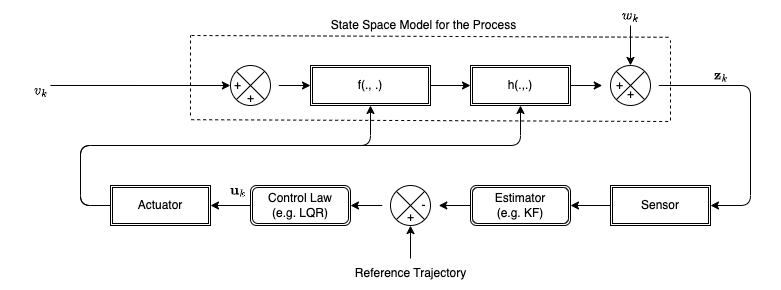
Above: static/images/dssm_signal_flow.png in haranarasaratnam/flask_website (draw.io), before the change. Source tidied: cells renumbered, new cells last; positions are measured from the earlier drawing's top-left corner, leaving out a move shared by most shapes.
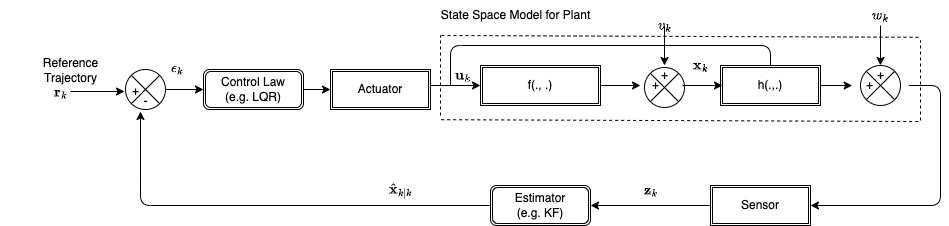
Later version of the same file.

Change to the diagram source:
```diff
@@ -1,153 +1,172 @@
-<mxGraphModel background="#ffffff" math="1">
+<mxGraphModel math="1">
   <root>
     <mxCell id="0" />
     <mxCell id="1" parent="0" />
-    <mxCell id="2" style="edgeStyle=none;html=1;" parent="1" edge="1" source="3" target="5">
-      <mxGeometry relative="1" as="geometry" />
-    </mxCell>
+    <mxCell id="22" value="$$v_{k}$$&lt;br&gt;" style="text;html=1;align=center;verticalAlign=middle;points=[];strokeColor=none;fillColor=none;" parent="1" vertex="1">
+      <mxGeometry x="664" y="10" width="80" height="30" as="geometry" />
+    </mxCell>
     <mxCell id="3" style="verticalLabelPosition=bottom;verticalAlign=top;html=1;shape=mxgraph.flowchart.summing_function;rotation=-45;" parent="1" vertex="1">
-      <mxGeometry x="230" y="65" width="40" height="40" as="geometry" />
+      <mxGeometry x="684" y="67" width="40" height="40" as="geometry" />
     </mxCell>
-    <mxCell id="4" style="edgeStyle=none;html=1;" parent="1" edge="1" source="5" target="13">
-      <mxGeometry relative="1" as="geometry" />
-    </mxCell>
+    <mxCell id="40" style="edgeStyle=none;html=1;" parent="1" edge="1" source="5" target="30">
+      <mxGeometry relative="1" as="geometry" />
+    </mxCell>
     <mxCell id="5" value="f(., .)" style="shape=ext;double=1;rounded=0;whiteSpace=wrap;html=1;" parent="1" vertex="1">
-      <mxGeometry x="310" y="65" width="120" height="40" as="geometry" />
+      <mxGeometry x="520" y="65" width="120" height="40" as="geometry" />
     </mxCell>
-    <mxCell id="6" style="edgeStyle=none;html=1;" parent="1" edge="1" source="7" target="11">
-      <mxGeometry relative="1" as="geometry" />
-    </mxCell>
     <mxCell id="7" value="Sensor" style="shape=ext;double=1;rounded=0;whiteSpace=wrap;html=1;" parent="1" vertex="1">
-      <mxGeometry x="610" y="185" width="100" height="40" as="geometry" />
+      <mxGeometry x="750" y="185" width="100" height="40" as="geometry" />
     </mxCell>
     <mxCell id="8" style="edgeStyle=none;html=1;entryX=1;entryY=0.5;entryDx=0;entryDy=0;" parent="1" edge="1" source="9" target="7">
       <mxGeometry relative="1" as="geometry">
         <Array as="points">
-          <mxPoint x="750" y="85" />
-          <mxPoint x="750" y="205" />
+          <mxPoint x="980" y="85" />
+          <mxPoint x="980" y="205" />
         </Array>
       </mxGeometry>
     </mxCell>
     <mxCell id="9" style="verticalLabelPosition=bottom;verticalAlign=top;html=1;shape=mxgraph.flowchart.summing_function;rotation=-45;" parent="1" vertex="1">
-      <mxGeometry x="610" y="65" width="40" height="40" as="geometry" />
+      <mxGeometry x="900" y="65" width="40" height="40" as="geometry" />
     </mxCell>
-    <mxCell id="10" style="edgeStyle=none;html=1;" parent="1" edge="1" source="11" target="18">
-      <mxGeometry relative="1" as="geometry" />
-    </mxCell>
+    <mxCell id="41" style="edgeStyle=none;html=1;entryX=0.333;entryY=0.833;entryDx=0;entryDy=0;entryPerimeter=0;" parent="1" edge="1" source="11" target="34">
+      <mxGeometry relative="1" as="geometry">
+        <Array as="points">
+          <mxPoint x="180" y="205" />
+        </Array>
+      </mxGeometry>
+    </mxCell>
     <mxCell id="11" value="Estimator&lt;br&gt;(e.g. KF)" style="shape=ext;double=1;rounded=1;whiteSpace=wrap;html=1;" parent="1" vertex="1">
-      <mxGeometry x="470" y="185" width="100" height="40" as="geometry" />
+      <mxGeometry x="530" y="185" width="100" height="40" as="geometry" />
     </mxCell>
+    <mxCell id="6" style="edgeStyle=none;html=1;" parent="1" edge="1" source="7" target="11">
+      <mxGeometry relative="1" as="geometry" />
+    </mxCell>
     <mxCell id="12" style="edgeStyle=none;html=1;" parent="1" edge="1" source="13" target="9">
       <mxGeometry relative="1" as="geometry" />
     </mxCell>
+    <mxCell id="42" style="edgeStyle=none;html=1;endArrow=baseDash;endFill=0;" parent="1" edge="1" source="13">
+      <mxGeometry relative="1" as="geometry">
+        <mxPoint x="490" y="85" as="targetPoint" />
+        <Array as="points">
+          <mxPoint x="810" y="45" />
+          <mxPoint x="490" y="45" />
+        </Array>
+      </mxGeometry>
+    </mxCell>
     <mxCell id="13" value="h(.,.)" style="shape=ext;double=1;rounded=0;whiteSpace=wrap;html=1;" parent="1" vertex="1">
-      <mxGeometry x="470" y="65" width="100" height="40" as="geometry" />
+      <mxGeometry x="760" y="65" width="100" height="40" as="geometry" />
     </mxCell>
-    <mxCell id="14" style="edgeStyle=none;html=1;entryX=0.5;entryY=1;entryDx=0;entryDy=0;exitX=0;exitY=0.5;exitDx=0;exitDy=0;" parent="1" edge="1" source="16" target="5">
-      <mxGeometry relative="1" as="geometry">
-        <Array as="points">
-          <mxPoint x="80" y="205" />
-          <mxPoint x="80" y="145" />
-          <mxPoint x="370" y="145" />
-        </Array>
-      </mxGeometry>
-    </mxCell>
-    <mxCell id="15" style="edgeStyle=none;html=1;entryX=0.5;entryY=1;entryDx=0;entryDy=0;" parent="1" edge="1" target="13">
-      <mxGeometry relative="1" as="geometry">
-        <mxPoint x="110" y="205" as="sourcePoint" />
-        <Array as="points">
-          <mxPoint x="80" y="205" />
-          <mxPoint x="80" y="175" />
-          <mxPoint x="80" y="145" />
-          <mxPoint x="520" y="145" />
-        </Array>
-      </mxGeometry>
-    </mxCell>
     <mxCell id="16" value="Actuator" style="shape=ext;double=1;rounded=0;whiteSpace=wrap;html=1;" parent="1" vertex="1">
-      <mxGeometry x="110" y="185" width="100" height="40" as="geometry" />
+      <mxGeometry x="370" y="69" width="100" height="40" as="geometry" />
     </mxCell>
-    <mxCell id="17" style="edgeStyle=none;html=1;" parent="1" edge="1" source="18" target="20">
-      <mxGeometry relative="1" as="geometry" />
-    </mxCell>
     <mxCell id="18" style="verticalLabelPosition=bottom;verticalAlign=top;html=1;shape=mxgraph.flowchart.summing_function;rotation=-45;" parent="1" vertex="1">
-      <mxGeometry x="390" y="185" width="40" height="40" as="geometry" />
+      <mxGeometry x="165" y="69" width="40" height="40" as="geometry" />
     </mxCell>
-    <mxCell id="19" style="edgeStyle=none;html=1;" parent="1" edge="1" source="20" target="16">
-      <mxGeometry relative="1" as="geometry" />
-    </mxCell>
     <mxCell id="20" value="Control Law&lt;br&gt;(e.g. LQR)" style="shape=ext;double=1;rounded=1;whiteSpace=wrap;html=1;" parent="1" vertex="1">
-      <mxGeometry x="250" y="185" width="100" height="40" as="geometry" />
+      <mxGeometry x="243" y="69" width="100" height="40" as="geometry" />
     </mxCell>
-    <mxCell id="21" style="endArrow=classic;html=1;entryX=0.145;entryY=0.145;entryDx=0;entryDy=0;entryPerimeter=0;exitX=0.625;exitY=0.333;exitDx=0;exitDy=0;exitPerimeter=0;" parent="1" edge="1" source="22" target="3">
-      <mxGeometry relative="1" as="geometry" />
-    </mxCell>
-    <mxCell id="22" value="$$v_{k}$$&lt;br&gt;" style="text;html=1;align=center;verticalAlign=middle;points=[];strokeColor=none;fillColor=none;" parent="1" vertex="1">
-      <mxGeometry y="75" width="80" height="30" as="geometry" />
-    </mxCell>
     <mxCell id="23" style="endArrow=classic;html=1;entryX=0.855;entryY=0.145;entryDx=0;entryDy=0;entryPerimeter=0;" parent="1" edge="1" target="9">
       <mxGeometry relative="1" as="geometry">
-        <mxPoint x="630" y="25" as="sourcePoint" />
+        <mxPoint x="920" y="25" as="sourcePoint" />
       </mxGeometry>
     </mxCell>
     <mxCell id="24" value="$$w_{k}$$" style="text;html=1;align=center;verticalAlign=middle;strokeColor=none;fillColor=none;" parent="1" vertex="1">
-      <mxGeometry x="590" width="80" height="30" as="geometry" />
+      <mxGeometry x="880" width="80" height="30" as="geometry" />
     </mxCell>
     <mxCell id="25" value="$$\mathbf{z}_{k}$$" style="text;html=1;align=center;verticalAlign=middle;strokeColor=none;fillColor=none;" parent="1" vertex="1">
-      <mxGeometry x="660" y="60" width="120" height="30" as="geometry" />
+      <mxGeometry x="630" y="175" width="120" height="30" as="geometry" />
     </mxCell>
-    <mxCell id="26" style="endArrow=classic;html=1;entryX=0.145;entryY=0.855;entryDx=0;entryDy=0;entryPerimeter=0;" parent="1" edge="1" source="27" target="18">
-      <mxGeometry relative="1" as="geometry" />
-    </mxCell>
-    <mxCell id="27" value="Reference Trajectory" style="text;html=1;align=center;verticalAlign=middle;points=[];strokeColor=none;fillColor=none;" parent="1" vertex="1">
-      <mxGeometry x="345" y="258" width="130" height="30" as="geometry" />
+    <mxCell id="27" value="Reference &lt;br&gt;Trajectory" style="text;html=1;align=center;verticalAlign=middle;points=[];strokeColor=none;fillColor=none;" parent="1" vertex="1">
+      <mxGeometry x="70" y="50" width="80" height="40" as="geometry" />
     </mxCell>
     <mxCell id="28" value="$$\mathbf{u}_{k}$$" style="text;html=1;align=center;verticalAlign=middle;strokeColor=none;fillColor=none;" parent="1" vertex="1">
-      <mxGeometry x="172" y="175" width="130" height="30" as="geometry" />
+      <mxGeometry x="437" y="60" width="130" height="30" as="geometry" />
     </mxCell>
     <mxCell id="29" value="+" style="text;html=1;align=center;verticalAlign=middle;strokeColor=none;fillColor=none;" parent="1" vertex="1">
-      <mxGeometry x="222" y="70" width="30" height="30" as="geometry" />
+      <mxGeometry x="689" y="60" width="30" height="30" as="geometry" />
     </mxCell>
     <mxCell id="30" value="+" style="text;html=1;align=center;verticalAlign=middle;points=[];strokeColor=none;fillColor=none;" parent="1" vertex="1">
-      <mxGeometry x="235" y="83" width="30" height="30" as="geometry" />
+      <mxGeometry x="680" y="70" width="30" height="30" as="geometry" />
     </mxCell>
     <mxCell id="31" value="+" style="text;html=1;align=center;verticalAlign=middle;strokeColor=none;fillColor=none;" parent="1" vertex="1">
-      <mxGeometry x="604" y="70" width="30" height="30" as="geometry" />
+      <mxGeometry x="894" y="70" width="30" height="30" as="geometry" />
     </mxCell>
     <mxCell id="32" value="+" style="text;html=1;align=center;verticalAlign=middle;strokeColor=none;fillColor=none;" parent="1" vertex="1">
-      <mxGeometry x="615" y="79" width="30" height="30" as="geometry" />
+      <mxGeometry x="905" y="60" width="30" height="30" as="geometry" />
     </mxCell>
     <mxCell id="33" value="+" style="text;html=1;align=center;verticalAlign=middle;strokeColor=none;fillColor=none;" parent="1" vertex="1">
-      <mxGeometry x="395" y="202" width="30" height="30" as="geometry" />
+      <mxGeometry x="160" y="76" width="30" height="30" as="geometry" />
     </mxCell>
+    <mxCell id="17" style="edgeStyle=none;html=1;entryX=0;entryY=0.5;entryDx=0;entryDy=0;exitX=0.855;exitY=0.855;exitDx=0;exitDy=0;exitPerimeter=0;" parent="1" edge="1" source="18" target="20">
+      <mxGeometry relative="1" as="geometry" />
+    </mxCell>
     <mxCell id="34" value="-" style="text;html=1;align=center;verticalAlign=middle;points=[];strokeColor=none;fillColor=none;" parent="1" vertex="1">
-      <mxGeometry x="408" y="190" width="30" height="30" as="geometry" />
+      <mxGeometry x="170" y="86" width="30" height="30" as="geometry" />
     </mxCell>
     <mxCell id="35" style="endArrow=none;dashed=1;html=1;exitX=0.39;exitY=0.007;exitDx=0;exitDy=0;exitPerimeter=0;" parent="1" edge="1">
       <mxGeometry relative="1" as="geometry">
-        <mxPoint x="190.7" y="119.2" as="sourcePoint" />
-        <mxPoint x="670" y="121" as="targetPoint" />
+        <mxPoint x="480.7" y="119.2" as="sourcePoint" />
+        <mxPoint x="960" y="121" as="targetPoint" />
       </mxGeometry>
     </mxCell>
     <mxCell id="36" style="endArrow=none;dashed=1;html=1;exitX=0.39;exitY=0.007;exitDx=0;exitDy=0;exitPerimeter=0;" parent="1" edge="1">
       <mxGeometry relative="1" as="geometry">
-        <mxPoint x="191" y="35" as="sourcePoint" />
-        <mxPoint x="670.3" y="36.8" as="targetPoint" />
+        <mxPoint x="481" y="35" as="sourcePoint" />
+        <mxPoint x="960.3" y="36.8" as="targetPoint" />
       </mxGeometry>
     </mxCell>
     <mxCell id="37" style="endArrow=none;dashed=1;html=1;" parent="1" edge="1">
       <mxGeometry relative="1" as="geometry">
-        <mxPoint x="190" y="115" as="sourcePoint" />
-        <mxPoint x="190" y="35" as="targetPoint" />
+        <mxPoint x="480" y="115" as="sourcePoint" />
+        <mxPoint x="480" y="35" as="targetPoint" />
       </mxGeometry>
     </mxCell>
     <mxCell id="38" style="endArrow=none;dashed=1;html=1;" parent="1" edge="1">
       <mxGeometry relative="1" as="geometry">
-        <mxPoint x="670" y="120" as="sourcePoint" />
-        <mxPoint x="670" y="40" as="targetPoint" />
+        <mxPoint x="960" y="120" as="sourcePoint" />
+        <mxPoint x="960" y="40" as="targetPoint" />
       </mxGeometry>
     </mxCell>
-    <mxCell id="39" value="State Space Model for the Process" style="text;html=1;align=center;verticalAlign=middle;strokeColor=none;fillColor=none;" parent="1" vertex="1">
-      <mxGeometry x="318" y="10" width="210" height="30" as="geometry" />
+    <mxCell id="39" value="State Space Model for Plant" style="text;html=1;align=center;verticalAlign=middle;strokeColor=none;fillColor=none;" parent="1" vertex="1">
+      <mxGeometry x="470" width="170" height="30" as="geometry" />
     </mxCell>
+    <mxCell id="43" style="endArrow=classic;html=1;entryX=0.855;entryY=0.145;entryDx=0;entryDy=0;entryPerimeter=0;" parent="1" edge="1">
+      <mxGeometry relative="1" as="geometry">
+        <mxPoint x="704" y="25.1" as="sourcePoint" />
+        <mxPoint x="704" y="65" as="targetPoint" />
+      </mxGeometry>
+    </mxCell>
+    <mxCell id="44" style="edgeStyle=none;html=1;" parent="1" edge="1">
+      <mxGeometry relative="1" as="geometry">
+        <mxPoint x="722" y="85" as="sourcePoint" />
+        <mxPoint x="762" y="85" as="targetPoint" />
+      </mxGeometry>
+    </mxCell>
+    <mxCell id="45" style="endArrow=classic;html=1;entryX=0;entryY=0.6;entryDx=0;entryDy=0;entryPerimeter=0;" parent="1" edge="1">
+      <mxGeometry relative="1" as="geometry">
+        <mxPoint x="110" y="91" as="sourcePoint" />
+        <mxPoint x="164" y="91" as="targetPoint" />
+      </mxGeometry>
+    </mxCell>
+    <mxCell id="19" style="endArrow=classic;html=1;exitX=1;exitY=0.5;exitDx=0;exitDy=0;entryX=0;entryY=0.5;entryDx=0;entryDy=0;" parent="1" edge="1" source="20" target="16">
+      <mxGeometry relative="1" as="geometry" />
+    </mxCell>
+    <mxCell id="46" style="endArrow=classic;html=1;entryX=0;entryY=0.5;entryDx=0;entryDy=0;" parent="1" edge="1" target="5">
+      <mxGeometry relative="1" as="geometry">
+        <mxPoint x="470" y="85" as="sourcePoint" />
+      </mxGeometry>
+    </mxCell>
+    <mxCell id="47" value="$$\mathbf{x}_{k}$$" style="text;html=1;align=center;verticalAlign=middle;strokeColor=none;fillColor=none;" parent="1" vertex="1">
+      <mxGeometry x="680" y="50" width="120" height="30" as="geometry" />
+    </mxCell>
+    <mxCell id="48" value="$$\hat{\mathbf{x}}_{k|k}$$" style="text;html=1;align=center;verticalAlign=middle;strokeColor=none;fillColor=none;" parent="1" vertex="1">
+      <mxGeometry x="360" y="175" width="160" height="30" as="geometry" />
+    </mxCell>
+    <mxCell id="49" value="$$\mathbf{r}_{k}$$" style="text;html=1;align=center;verticalAlign=middle;strokeColor=none;fillColor=none;" parent="1" vertex="1">
+      <mxGeometry x="40" y="77" width="120" height="30" as="geometry" />
+    </mxCell>
+    <mxCell id="50" value="$$\mathbf{\epsilon}_{k}$$" style="text;html=1;align=center;verticalAlign=middle;strokeColor=none;fillColor=none;" parent="1" vertex="1">
+      <mxGeometry x="137" y="53" width="160" height="30" as="geometry" />
+    </mxCell>
   </root>
 </mxGraphModel>
```
